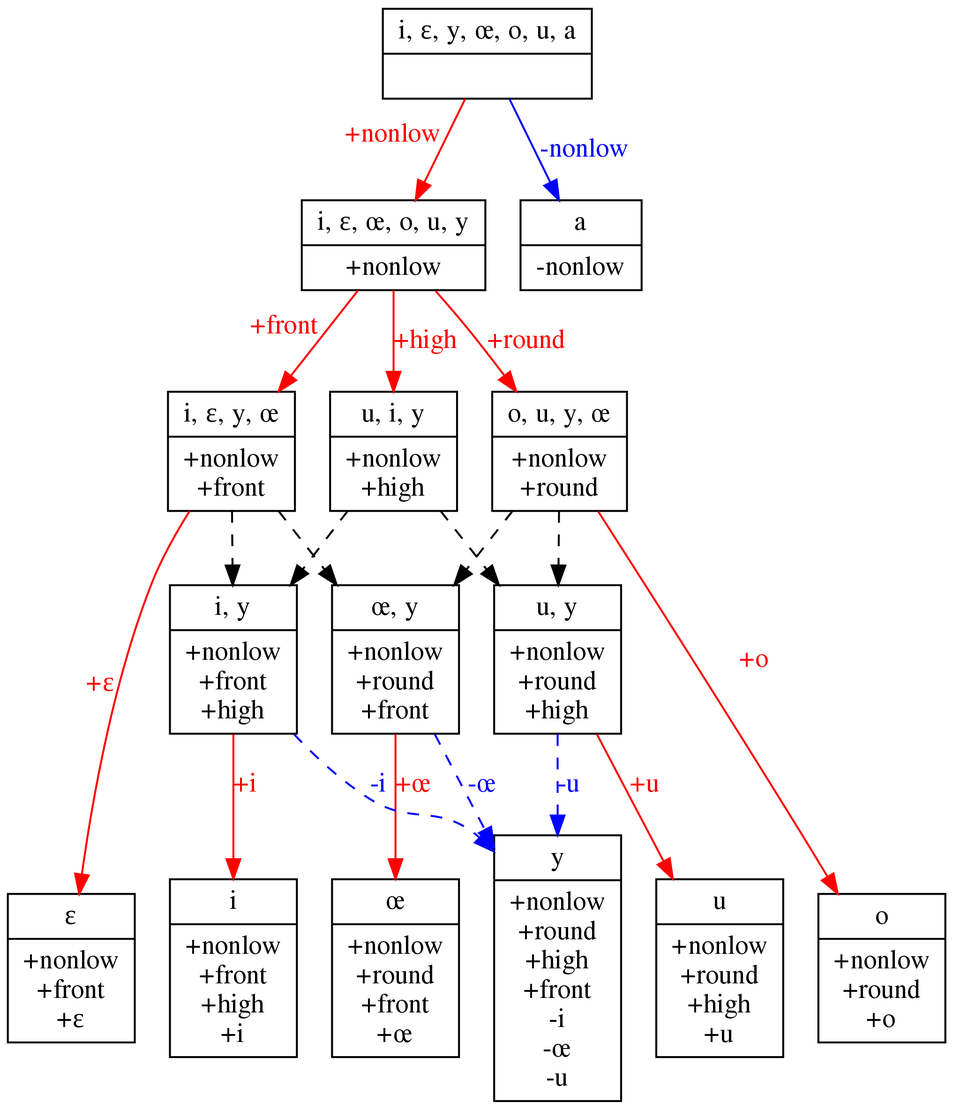
Earlier version of the Graphviz export squib/diagrams/vowel_inventory_contrastive_under.png (rdaland/Pheatures). Its source is kept beside it as squib/diagrams/vowel_inventory_contrastive_under.gv.
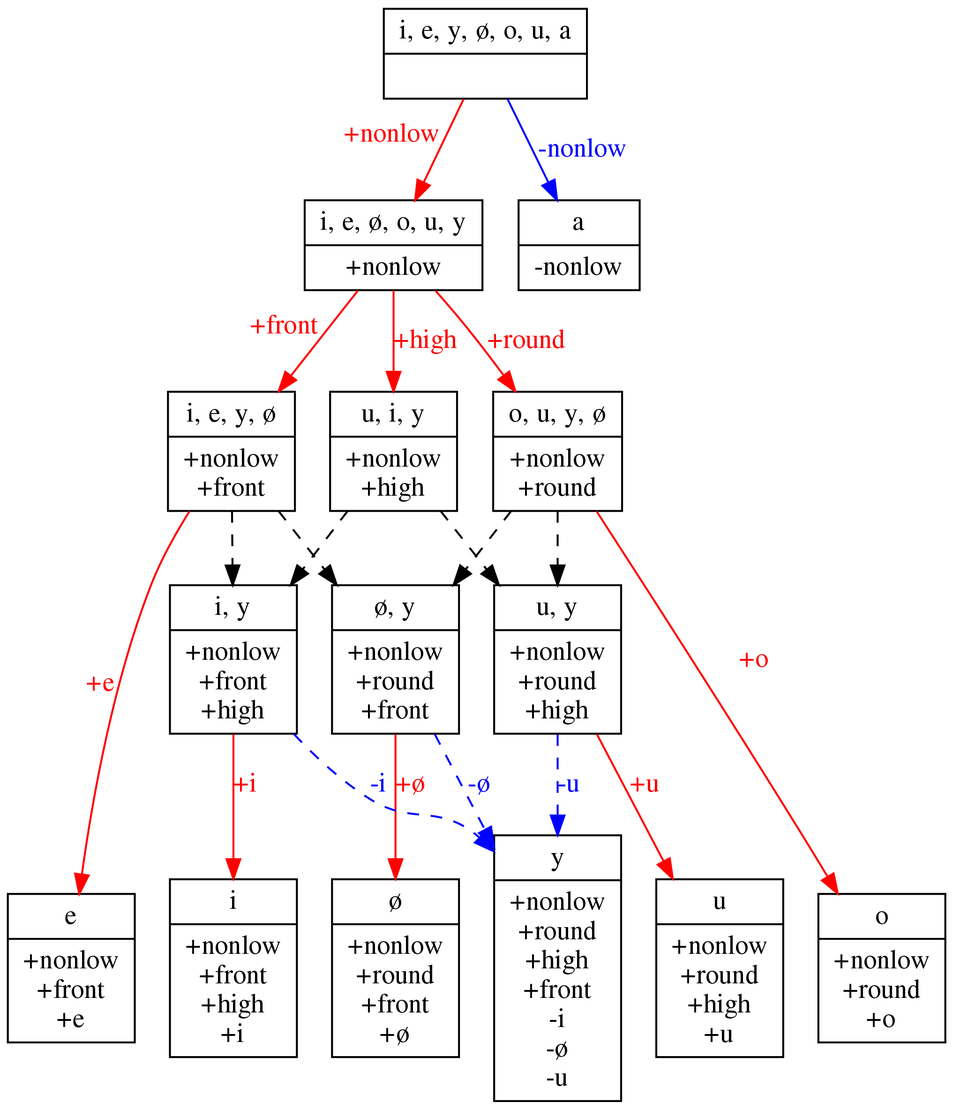
Above is the later version.

Change to the diagram source:
```diff
@@ -1,18 +1,18 @@
 digraph {
 	graph [ dpi = 300 ];
-	0 [label="{<segs> i, ɛ, y, œ, o, u, a |<feats>  }",shape=record]
-	1 [label="{<segs> i, ɛ, œ, o, u, y |<feats> +nonlow }",shape=record]
-	2 [label="{<segs> i, ɛ, y, œ |<feats> +nonlow\n+front }",shape=record]
-	3 [label="{<segs> o, u, y, œ |<feats> +nonlow\n+round }",shape=record]
+	0 [label="{<segs> i, e, y, ø, o, u, a |<feats>  }",shape=record]
+	1 [label="{<segs> i, e, ø, o, u, y |<feats> +nonlow }",shape=record]
+	2 [label="{<segs> i, e, y, ø |<feats> +nonlow\n+front }",shape=record]
+	3 [label="{<segs> o, u, y, ø |<feats> +nonlow\n+round }",shape=record]
 	4 [label="{<segs> u, i, y |<feats> +nonlow\n+high }",shape=record]
 	5 [label="{<segs> i |<feats> +nonlow\n+front\n+high\n+i }",shape=record]
-	6 [label="{<segs> y |<feats> +nonlow\n+round\n+high\n+front\n-i\n-œ\n-u }",shape=record]
+	6 [label="{<segs> y |<feats> +nonlow\n+round\n+high\n+front\n-i\n-ø\n-u }",shape=record]
 	7 [label="{<segs> u |<feats> +nonlow\n+round\n+high\n+u }",shape=record]
-	8 [label="{<segs> ɛ |<feats> +nonlow\n+front\n+ɛ }",shape=record]
-	9 [label="{<segs> œ |<feats> +nonlow\n+round\n+front\n+œ }",shape=record]
+	8 [label="{<segs> e |<feats> +nonlow\n+front\n+e }",shape=record]
+	9 [label="{<segs> ø |<feats> +nonlow\n+round\n+front\n+ø }",shape=record]
 	10 [label="{<segs> o |<feats> +nonlow\n+round\n+o }",shape=record]
 	11 [label="{<segs> a |<feats> -nonlow }",shape=record]
-	12 [label="{<segs> œ, y |<feats> +nonlow\n+round\n+front }",shape=record]
+	12 [label="{<segs> ø, y |<feats> +nonlow\n+round\n+front }",shape=record]
 	13 [label="{<segs> i, y |<feats> +nonlow\n+front\n+high }",shape=record]
 	14 [label="{<segs> u, y |<feats> +nonlow\n+round\n+high }",shape=record]
 
@@ -21,7 +21,7 @@
 	1 -> 2 [xlabel="+front",fontcolor=red,color=red]
 	1 -> 3 [label="+round",fontcolor=red,color=red]
 	1 -> 4 [label="+high",fontcolor=red,color=red]
-	2 -> 8 [xlabel="+ɛ",fontcolor=red,color=red]
+	2 -> 8 [xlabel="+e",fontcolor=red,color=red]
 	2 -> 12 [style=dashed]
 	2 -> 13 [style=dashed]
 	3 -> 10 [label="+o",fontcolor=red,color=red]
@@ -29,8 +29,8 @@
 	3 -> 14 [style=dashed]
 	4 -> 13 [style=dashed]
 	4 -> 14 [style=dashed]
-	12 -> 6 [style=dashed,label="-œ",fontcolor=blue,color=blue]
-	12 -> 9 [label="+œ",fontcolor=red,color=red]
+	12 -> 6 [style=dashed,label="-ø",fontcolor=blue,color=blue]
+	12 -> 9 [label="+ø",fontcolor=red,color=red]
 	13 -> 5 [label="+i",fontcolor=red,color=red]
 	13 -> 6 [label="-i",style=dashed,fontcolor=blue,color=blue]
 	14 -> 6 [style=dashed,label="-u",fontcolor=blue,color=blue]
```
